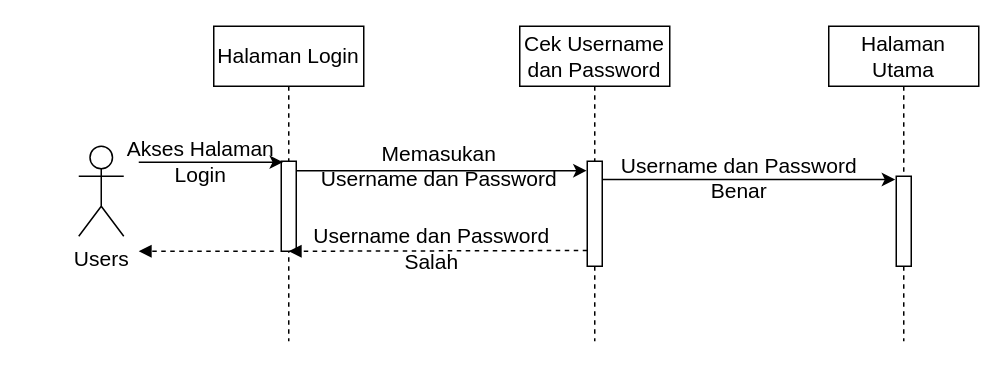
ributwiboworahayu/laporan-TA keeps this draw.io diagram as page "Sequence" (3 of 3) of draw.io/UML-Login.drawio. Above is the earlier version. Source tidied: cells renumbered, new cells numbered last; positions are measured from the earlier drawing's top-left corner, leaving out a move shared by most shapes. Both pictures are drawn from the tidied source at 150%, with x=0, y=0 at pixel (78, 26).
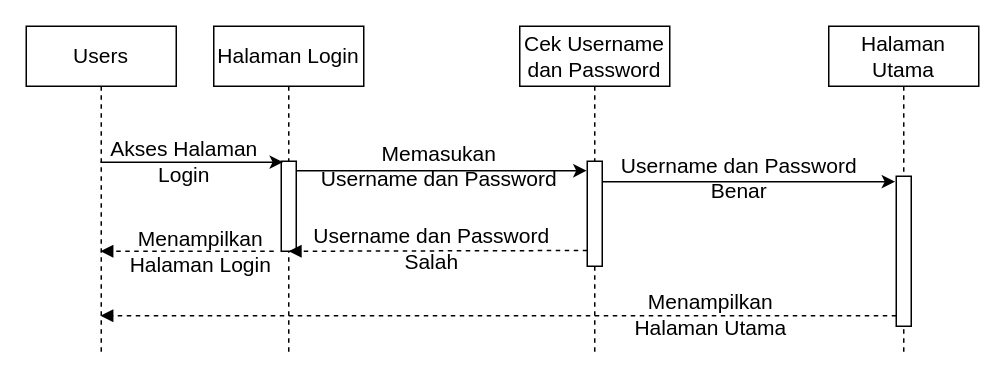
The same page after the edit.

Unchanged cells that the change refers to:
```xml
<mxCell id="3" style="html=1;points=[];perimeter=orthogonalPerimeter;fontSize=14;fontColor=#000000;" parent="2" vertex="1">
  <mxGeometry x="45" y="90" width="10" height="60" as="geometry" />
</mxCell>
```

What changed in the source:
```diff
@@
     <mxCell id="2" value="Halaman Login" style="shape=umlLifeline;perimeter=lifelinePerimeter;whiteSpace=wrap;html=1;fontSize=14;fontColor=#000000;" parent="1" vertex="1">
-      <mxGeometry x="90" width="100" height="210" as="geometry" />
+      <mxGeometry x="90" width="100" height="220" as="geometry" />
     </mxCell>
@@
-    <mxCell id="4" style="edgeStyle=orthogonalEdgeStyle;rounded=0;jettySize=auto;html=1;fontSize=14;fontColor=#000000;entryX=0.12;entryY=0.01;entryDx=0;entryDy=0;entryPerimeter=0;" parent="1" edge="1" target="3">
-      <mxGeometry relative="1" as="geometry">
-        <mxPoint x="40" y="91" as="sourcePoint" />
-        <Array as="points">
-          <mxPoint x="136" y="91" />
-        </Array>
-      </mxGeometry>
+    <mxCell id="4" style="rounded=0;jettySize=auto;html=1;fontSize=14;fontColor=#000000;entryX=0.12;entryY=0.01;entryDx=0;entryDy=0;entryPerimeter=0;" parent="1" edge="1" source="6" target="3">
+      <mxGeometry relative="1" as="geometry" />
     </mxCell>
@@
-    <mxCell id="6" value="Users" style="shape=umlActor;verticalLabelPosition=bottom;verticalAlign=top;html=1;fontSize=14;fontColor=#000000;" parent="1" vertex="1">
-      <mxGeometry y="80" width="30" height="60" as="geometry" />
-    </mxCell>
+    <mxCell id="18" value="Menampilkan&lt;br&gt;Halaman Login" style="edgeLabel;html=1;align=center;verticalAlign=middle;fontSize=14;fontColor=#000000;labelBackgroundColor=none;" parent="4" vertex="1">
+      <mxGeometry x="0.19" y="3" relative="1" as="geometry">
+        <mxPoint x="-6" y="62" as="offset" />
+      </mxGeometry>
+    </mxCell>
+    <mxCell id="19" value="Menampilkan&lt;br&gt;Halaman Utama" style="edgeLabel;html=1;align=center;verticalAlign=middle;fontSize=14;fontColor=#000000;labelBackgroundColor=none;" parent="4" vertex="1">
+      <mxGeometry x="0.19" y="3" relative="1" as="geometry">
+        <mxPoint x="334" y="104" as="offset" />
+      </mxGeometry>
+    </mxCell>
-    <mxCell id="7" style="html=1;verticalAlign=bottom;labelBackgroundColor=none;endArrow=block;endFill=1;dashed=1;rounded=0;fontSize=14;fontColor=#000000;" parent="1" edge="1">
+    <mxCell id="7" style="html=1;verticalAlign=bottom;labelBackgroundColor=none;endArrow=block;endFill=1;dashed=1;rounded=0;fontSize=14;fontColor=#000000;" parent="1" edge="1" target="6">
       <mxGeometry relative="1" as="geometry">
         <mxPoint x="130" y="150" as="sourcePoint" />
-        <mxPoint x="40" y="150" as="targetPoint" />
       </mxGeometry>
     </mxCell>
     <mxCell id="8" value="Cek Username dan Password" style="shape=umlLifeline;perimeter=lifelinePerimeter;whiteSpace=wrap;html=1;fontSize=14;fontColor=#000000;" parent="1" vertex="1">
-      <mxGeometry x="294" width="100" height="210" as="geometry" />
+      <mxGeometry x="294" width="100" height="220" as="geometry" />
     </mxCell>
@@
     <mxCell id="15" value="Halaman Utama" style="shape=umlLifeline;perimeter=lifelinePerimeter;whiteSpace=wrap;html=1;fontSize=14;fontColor=#000000;" parent="1" vertex="1">
-      <mxGeometry x="500" width="100" height="210" as="geometry" />
+      <mxGeometry x="500" width="100" height="220" as="geometry" />
     </mxCell>
     <mxCell id="16" style="html=1;points=[];perimeter=orthogonalPerimeter;fontSize=14;fontColor=#000000;" parent="15" vertex="1">
-      <mxGeometry x="45" y="100" width="10" height="60" as="geometry" />
+      <mxGeometry x="45" y="100" width="10" height="100" as="geometry" />
     </mxCell>
+    <mxCell id="20" style="html=1;verticalAlign=bottom;labelBackgroundColor=none;endArrow=block;endFill=1;dashed=1;rounded=0;fontSize=14;fontColor=#000000;" parent="15" edge="1" target="6">
+      <mxGeometry relative="1" as="geometry">
+        <mxPoint x="45" y="193" as="sourcePoint" />
+      </mxGeometry>
+    </mxCell>
@@
+    <mxCell id="6" value="Users" style="shape=umlLifeline;perimeter=lifelinePerimeter;whiteSpace=wrap;html=1;outlineConnect=0;fontSize=14;fontColor=#000000;" parent="1" vertex="1">
+      <mxGeometry x="-35" width="100" height="220" as="geometry" />
+    </mxCell>
```
